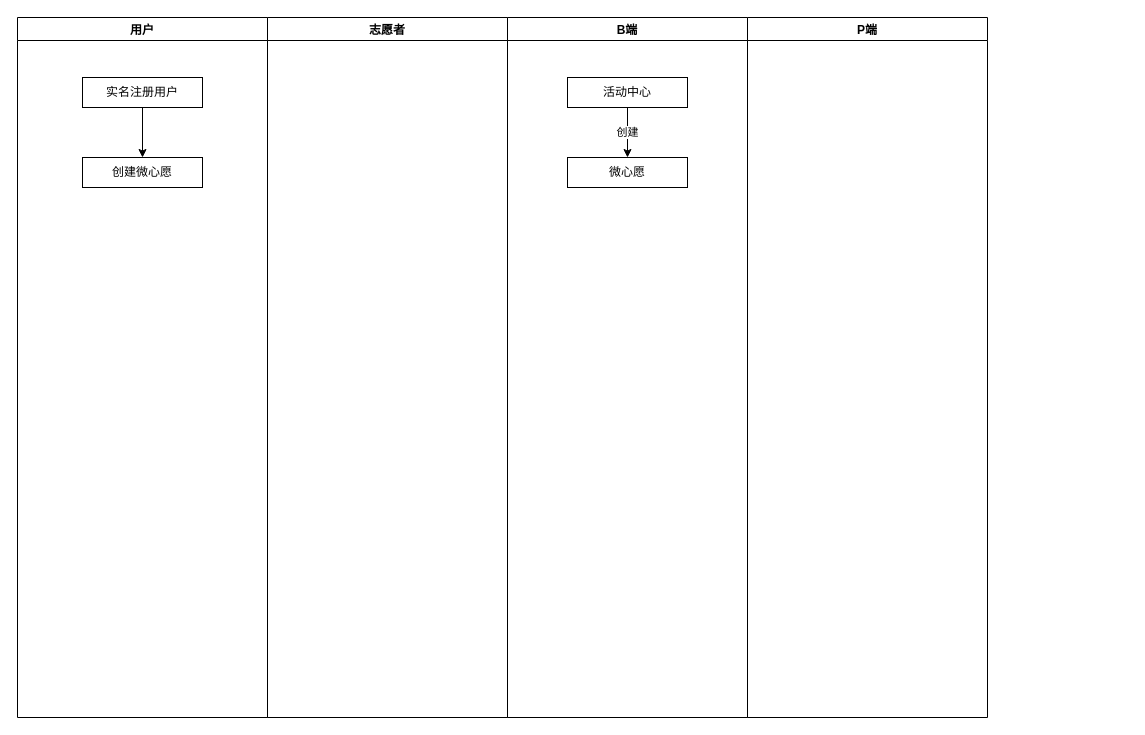
Earlier version of the draw.io diagram 微心愿改版.drawio (KZ137onethe/hello-world). Source tidied: cells renumbered, new cells numbered last; positions are measured from the earlier drawing's top-left corner, leaving out a move shared by most shapes. Both pictures are drawn from the tidied source at 100%, with x=0, y=0 at pixel (17, 17).
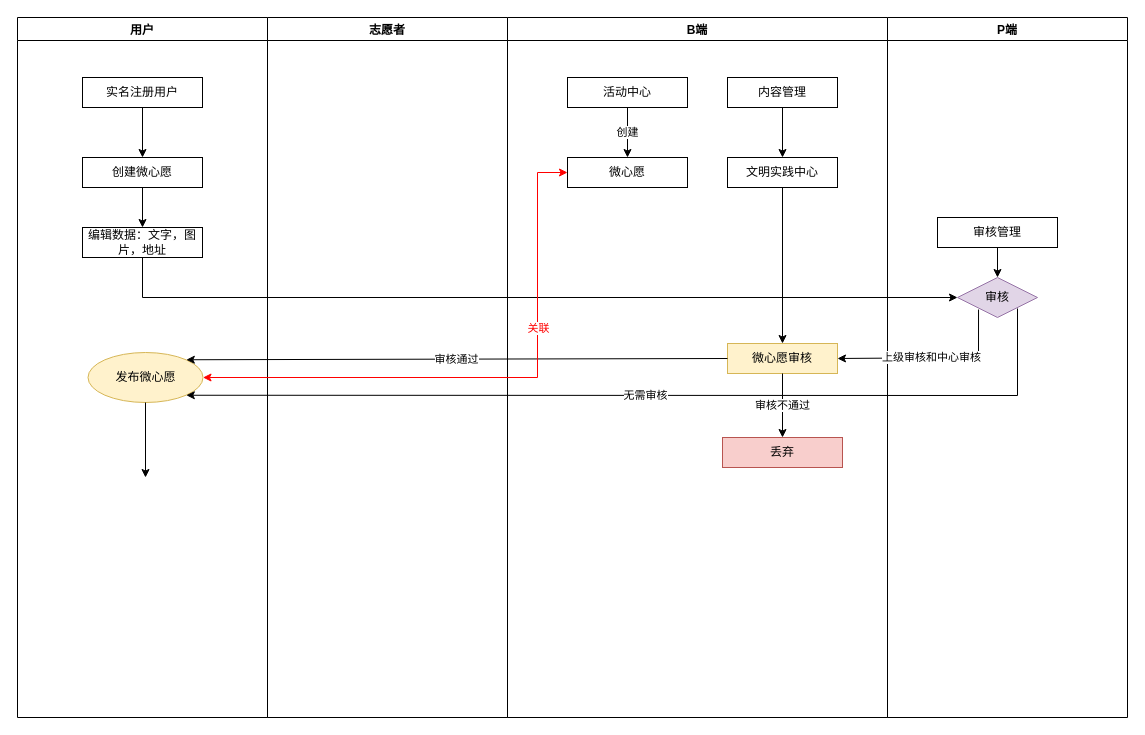
The same diagram, later.

Commit message (it also covers changes not shown here):
微心愿改版.drawio

The change refers to these unchanged cells:
```xml
<mxCell id="2" value="用户" style="swimlane;" parent="1" vertex="1">
  <mxGeometry width="250" height="700" as="geometry" />
</mxCell>
<mxCell id="5" value="创建微心愿" style="rounded=0;whiteSpace=wrap;html=1;" parent="2" vertex="1">
  <mxGeometry x="65" y="140" width="120" height="30" as="geometry" />
</mxCell>
<mxCell id="11" value="微心愿" style="rounded=0;whiteSpace=wrap;html=1;" parent="8" vertex="1">
  <mxGeometry x="60" y="140" width="120" height="30" as="geometry" />
</mxCell>
```

Change to the diagram source:
```diff
@@
+    <mxCell id="12" style="edgeStyle=orthogonalEdgeStyle;rounded=0;jettySize=auto;html=1;" parent="2" edge="1" source="5" target="13">
+      <mxGeometry relative="1" as="geometry" />
+    </mxCell>
@@
+    <mxCell id="13" value="编辑数据：文字，图片，地址" style="rounded=0;whiteSpace=wrap;html=1;" parent="2" vertex="1">
+      <mxGeometry x="65" y="210" width="120" height="30" as="geometry" />
+    </mxCell>
+    <mxCell id="14" value="发布微心愿" style="strokeWidth=1;html=1;shape=mxgraph.flowchart.start_1;whiteSpace=wrap;fillColor=#fff2cc;strokeColor=#d6b656;" parent="2" vertex="1">
+      <mxGeometry x="70.5" y="335" width="115" height="50" as="geometry" />
+    </mxCell>
@@
     <mxCell id="7" value="P端" style="swimlane;" parent="1" vertex="1">
-      <mxGeometry x="730" width="240" height="700" as="geometry" />
+      <mxGeometry x="870" width="240" height="700" as="geometry" />
     </mxCell>
+    <mxCell id="15" value="审核" style="strokeWidth=1;html=1;shape=mxgraph.flowchart.decision;whiteSpace=wrap;fillColor=#e1d5e7;strokeColor=#9673a6;" parent="7" vertex="1">
+      <mxGeometry x="70" y="260" width="80" height="40" as="geometry" />
+    </mxCell>
-    <mxCell id="8" value="B端" style="swimlane;" parent="1" vertex="1">
-      <mxGeometry x="490" width="240" height="700" as="geometry" />
+    <mxCell id="8" value="B端" style="swimlane;" parent="7" vertex="1">
+      <mxGeometry x="-380" width="380" height="700" as="geometry" />
     </mxCell>
@@
+    <mxCell id="16" value="内容管理" style="rounded=0;whiteSpace=wrap;html=1;strokeWidth=1;" parent="8" vertex="1">
+      <mxGeometry x="220" y="60" width="110" height="30" as="geometry" />
+    </mxCell>
+    <mxCell id="17" style="edgeStyle=orthogonalEdgeStyle;rounded=0;jettySize=auto;html=1;exitX=0.5;exitY=1;exitDx=0;exitDy=0;entryX=0.5;entryY=0;entryDx=0;entryDy=0;" parent="8" edge="1" source="18" target="20">
+      <mxGeometry relative="1" as="geometry" />
+    </mxCell>
+    <mxCell id="18" value="文明实践中心" style="rounded=0;whiteSpace=wrap;html=1;strokeWidth=1;" parent="8" vertex="1">
+      <mxGeometry x="220" y="140" width="110" height="30" as="geometry" />
+    </mxCell>
+    <mxCell id="19" style="endArrow=classic;html=1;rounded=0;exitX=0.5;exitY=1;exitDx=0;exitDy=0;" parent="8" edge="1" source="16" target="18">
+      <mxGeometry relative="1" as="geometry" />
+    </mxCell>
+    <mxCell id="20" value="微心愿审核" style="rounded=0;whiteSpace=wrap;html=1;strokeWidth=1;fillColor=#fff2cc;strokeColor=#d6b656;" parent="8" vertex="1">
+      <mxGeometry x="220" y="326" width="110" height="30" as="geometry" />
+    </mxCell>
+    <mxCell id="21" value="丢弃" style="rounded=0;whiteSpace=wrap;html=1;fillColor=#f8cecc;strokeColor=#b85450;" parent="8" vertex="1">
+      <mxGeometry x="215" y="420" width="120" height="30" as="geometry" />
+    </mxCell>
+    <mxCell id="22" value="审核不通过" style="endArrow=classic;html=1;rounded=0;exitX=0.5;exitY=1;exitDx=0;exitDy=0;" parent="8" edge="1" source="20">
+      <mxGeometry relative="1" as="geometry">
+        <mxPoint x="275" y="420" as="targetPoint" />
+      </mxGeometry>
+    </mxCell>
+    <mxCell id="23" value="上级审核和中心审核" style="endArrow=classic;html=1;rounded=0;exitX=0.263;exitY=0.8;exitDx=0;exitDy=0;exitPerimeter=0;entryX=1;entryY=0.5;entryDx=0;entryDy=0;" parent="7" edge="1" source="15" target="20">
+      <mxGeometry relative="1" as="geometry">
+        <Array as="points">
+          <mxPoint x="91" y="340" />
+        </Array>
+      </mxGeometry>
+    </mxCell>
+    <mxCell id="24" value="审核管理" style="rounded=0;whiteSpace=wrap;html=1;" parent="7" vertex="1">
+      <mxGeometry x="50" y="200" width="120" height="30" as="geometry" />
+    </mxCell>
+    <mxCell id="25" style="endArrow=classic;html=1;rounded=0;exitX=0.5;exitY=1;exitDx=0;exitDy=0;entryX=0.5;entryY=0;entryDx=0;entryDy=0;entryPerimeter=0;" parent="7" edge="1" source="24" target="15">
+      <mxGeometry relative="1" as="geometry" />
+    </mxCell>
+    <mxCell id="26" style="endArrow=classic;html=1;rounded=0;exitX=0.5;exitY=1;exitDx=0;exitDy=0;entryX=0;entryY=0.5;entryDx=0;entryDy=0;entryPerimeter=0;" parent="1" edge="1" source="13" target="15">
+      <mxGeometry relative="1" as="geometry">
+        <Array as="points">
+          <mxPoint x="125" y="280" />
+        </Array>
+      </mxGeometry>
+    </mxCell>
+    <mxCell id="27" value="无需审核" style="endArrow=classic;html=1;rounded=0;exitX=0.75;exitY=0.775;exitDx=0;exitDy=0;exitPerimeter=0;entryX=0.855;entryY=0.855;entryDx=0;entryDy=0;entryPerimeter=0;" parent="1" edge="1" source="15" target="14">
+      <mxGeometry relative="1" as="geometry">
+        <Array as="points">
+          <mxPoint x="1000" y="378" />
+        </Array>
+      </mxGeometry>
+    </mxCell>
+    <mxCell id="28" value="审核通过" style="endArrow=classic;html=1;rounded=0;exitX=0;exitY=0.5;exitDx=0;exitDy=0;entryX=0.855;entryY=0.145;entryDx=0;entryDy=0;entryPerimeter=0;" parent="1" edge="1" source="20" target="14">
+      <mxGeometry relative="1" as="geometry" />
+    </mxCell>
+    <mxCell id="29" style="endArrow=classic;html=1;rounded=0;exitX=0.5;exitY=1;exitDx=0;exitDy=0;exitPerimeter=0;" parent="1" edge="1" source="14">
+      <mxGeometry relative="1" as="geometry">
+        <mxPoint x="128" y="460" as="targetPoint" />
+      </mxGeometry>
+    </mxCell>
+    <mxCell id="30" style="endArrow=classic;startArrow=classic;html=1;rounded=0;exitX=1;exitY=0.5;exitDx=0;exitDy=0;exitPerimeter=0;entryX=0;entryY=0.5;entryDx=0;entryDy=0;strokeColor=#FF0000;" parent="1" edge="1" source="14" target="11">
+      <mxGeometry relative="1" as="geometry">
+        <Array as="points">
+          <mxPoint x="520" y="360" />
+          <mxPoint x="520" y="155" />
+        </Array>
+      </mxGeometry>
+    </mxCell>
+    <mxCell id="31" value="关联" style="edgeLabel;html=1;align=center;verticalAlign=middle;fontColor=#FF0000;" parent="30" vertex="1">
+      <mxGeometry x="0.35" relative="1" as="geometry" />
+    </mxCell>
```
